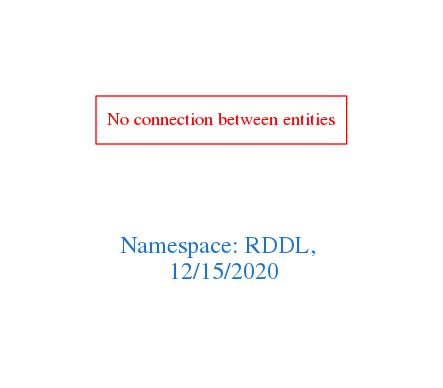
Earlier version of the Graphviz export downloads/RDDL.png (arago/OGIT). Its source is kept beside it as downloads/RDDL.dot.
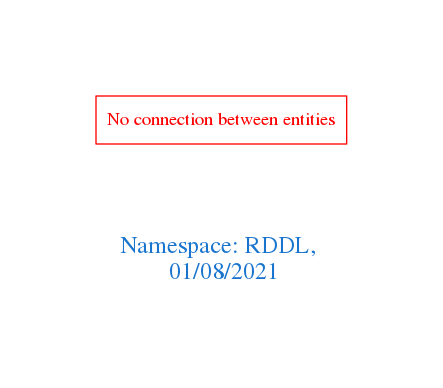
After the change.

What changed in the source:
```diff
@@ -1,7 +1,7 @@
 digraph OGIT_ontology {
  graph [ rankdir= LR,pad=1
 fontsize = 18,
-fontcolor= dodgerblue3,label = "\n\n\nNamespace: RDDL, \n 12/15/2020"];
+fontcolor= dodgerblue3,label = "\n\n\nNamespace: RDDL, \n 01/08/2021"];
 node[shape=polygon];
 edge [  color="gray81"];
 
```
